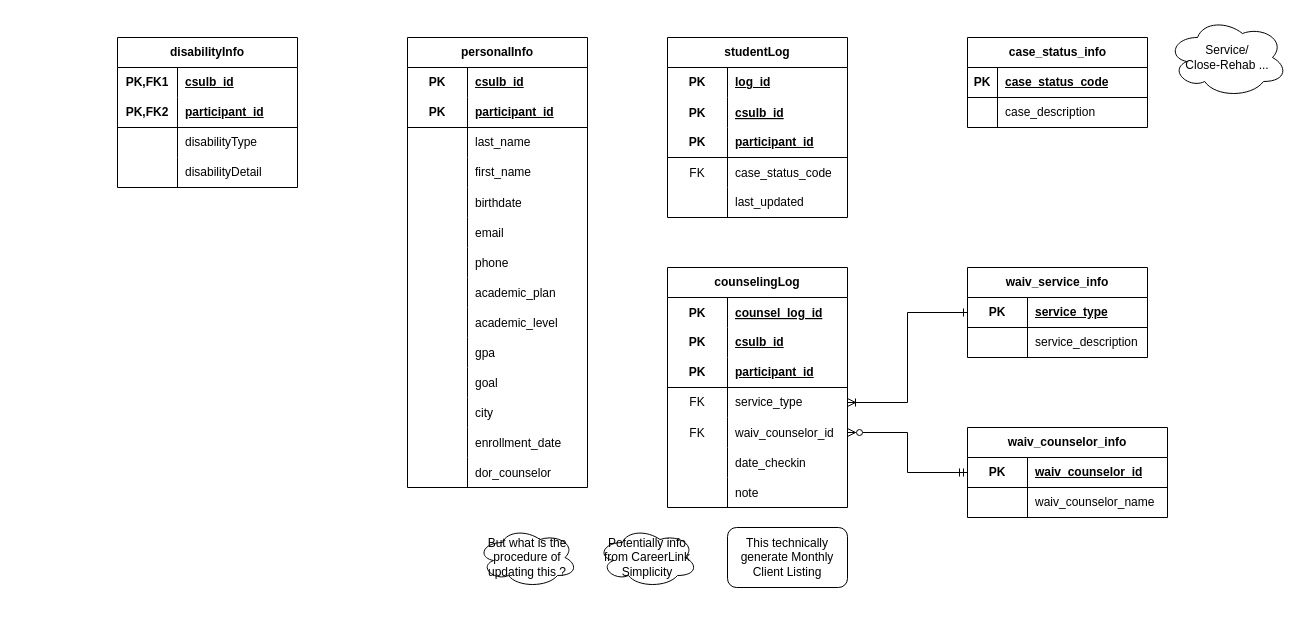
Before: waivSchema.drawio in markqle/waiv, a draw.io diagram. Source tidied: cells renumbered, new cells numbered last; positions are measured from the earlier drawing's top-left corner, leaving out a move shared by most shapes. Both pictures are drawn from the tidied source at 100%, with x=0, y=0 at pixel (117, 17).
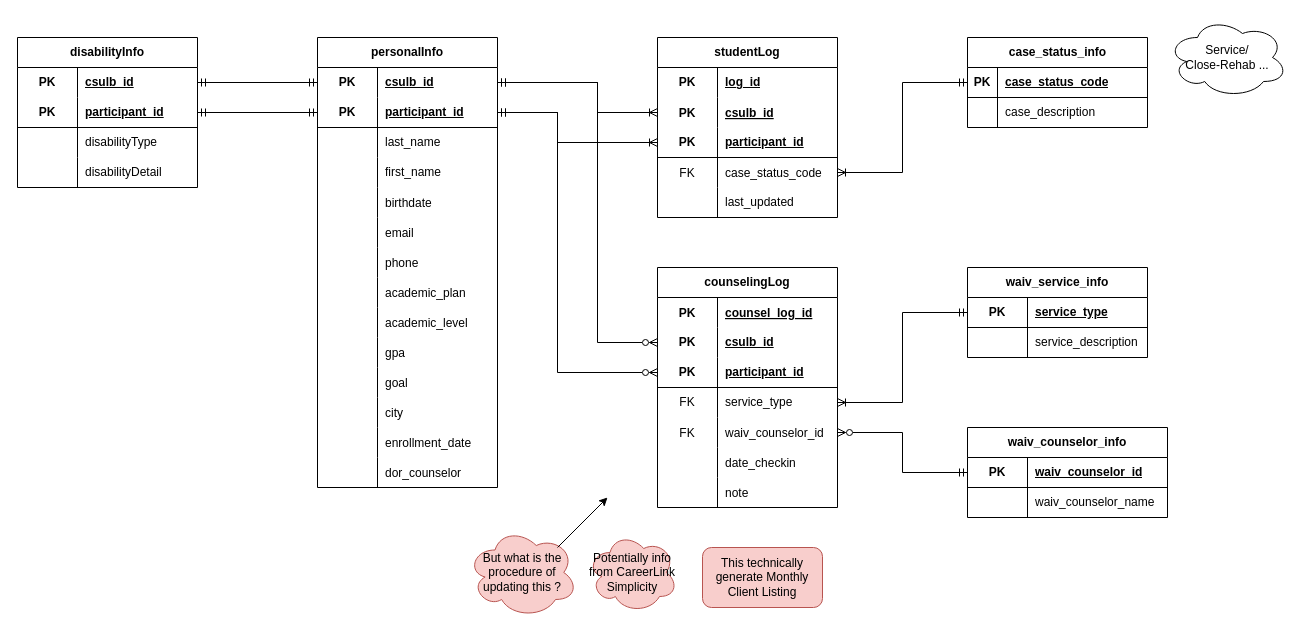
The same page after the edit.

Unchanged cells that the change refers to:
```xml
<mxCell id="3" style="shape=tableRow;horizontal=0;startSize=0;swimlaneHead=0;swimlaneBody=0;fillColor=none;points=[[0,0.5],[1,0.5]];portConstraint=eastwest;top=0;left=0;right=0;bottom=0;html=1;" parent="2" vertex="1">
  <mxGeometry y="30" width="180" height="30" as="geometry" />
</mxCell>
<mxCell id="6" style="shape=tableRow;horizontal=0;startSize=0;swimlaneHead=0;swimlaneBody=0;fillColor=none;points=[[0,0.5],[1,0.5]];portConstraint=eastwest;top=0;left=0;right=0;bottom=1;html=1;" parent="2" vertex="1">
  <mxGeometry y="60" width="180" height="30" as="geometry" />
</mxCell>
<mxCell id="46" style="shape=tableRow;horizontal=0;startSize=0;swimlaneHead=0;swimlaneBody=0;fillColor=none;points=[[0,0.5],[1,0.5]];portConstraint=eastwest;top=0;left=0;right=0;bottom=1;" parent="45" vertex="1">
  <mxGeometry y="30" width="180" height="30" as="geometry" />
</mxCell>
<mxCell id="53" style="shape=tableRow;horizontal=0;startSize=0;swimlaneHead=0;swimlaneBody=0;fillColor=none;points=[[0,0.5],[1,0.5]];portConstraint=eastwest;top=0;left=0;right=0;bottom=0;html=1;" parent="52" vertex="1">
  <mxGeometry y="30" width="180" height="30" as="geometry" />
</mxCell>
<mxCell id="56" style="shape=tableRow;horizontal=0;startSize=0;swimlaneHead=0;swimlaneBody=0;fillColor=none;points=[[0,0.5],[1,0.5]];portConstraint=eastwest;top=0;left=0;right=0;bottom=1;html=1;" parent="52" vertex="1">
  <mxGeometry y="60" width="180" height="30" as="geometry" />
</mxCell>
<mxCell id="69" style="shape=tableRow;horizontal=0;startSize=0;swimlaneHead=0;swimlaneBody=0;fillColor=none;points=[[0,0.5],[1,0.5]];portConstraint=eastwest;top=0;left=0;right=0;bottom=0;" parent="65" vertex="1">
  <mxGeometry y="60" width="180" height="30" as="geometry" />
</mxCell>
<mxCell id="72" style="shape=tableRow;horizontal=0;startSize=0;swimlaneHead=0;swimlaneBody=0;fillColor=none;points=[[0,0.5],[1,0.5]];portConstraint=eastwest;top=0;left=0;right=0;bottom=1;html=1;" parent="65" vertex="1">
  <mxGeometry y="90" width="180" height="30" as="geometry" />
</mxCell>
<mxCell id="75" style="shape=tableRow;horizontal=0;startSize=0;swimlaneHead=0;swimlaneBody=0;fillColor=none;points=[[0,0.5],[1,0.5]];portConstraint=eastwest;top=0;left=0;right=0;bottom=0;" parent="65" vertex="1">
  <mxGeometry y="120" width="180" height="30" as="geometry" />
</mxCell>
<mxCell id="85" style="shape=tableRow;horizontal=0;startSize=0;swimlaneHead=0;swimlaneBody=0;fillColor=none;points=[[0,0.5],[1,0.5]];portConstraint=eastwest;top=0;left=0;right=0;bottom=0;html=1;" parent="81" vertex="1">
  <mxGeometry y="60" width="180" height="30" as="geometry" />
</mxCell>
<mxCell id="88" style="shape=tableRow;horizontal=0;startSize=0;swimlaneHead=0;swimlaneBody=0;fillColor=none;points=[[0,0.5],[1,0.5]];portConstraint=eastwest;top=0;left=0;right=0;bottom=1;html=1;" parent="81" vertex="1">
  <mxGeometry y="90" width="180" height="30" as="geometry" />
</mxCell>
<mxCell id="91" style="shape=tableRow;horizontal=0;startSize=0;swimlaneHead=0;swimlaneBody=0;fillColor=none;points=[[0,0.5],[1,0.5]];portConstraint=eastwest;top=0;left=0;right=0;bottom=0;html=1;" parent="81" vertex="1">
  <mxGeometry y="120" width="180" height="30" as="geometry" />
</mxCell>
<mxCell id="104" style="shape=tableRow;horizontal=0;startSize=0;swimlaneHead=0;swimlaneBody=0;fillColor=none;points=[[0,0.5],[1,0.5]];portConstraint=eastwest;top=0;left=0;right=0;bottom=1;html=1;" parent="103" vertex="1">
  <mxGeometry y="30" width="180" height="30" as="geometry" />
</mxCell>
```

What changed in the source:
```diff
@@
     <mxCell id="2" value="personalInfo" style="shape=table;startSize=30;childLayout=tableLayout;rowLines=0;fontStyle=1;align=center;html=1;whiteSpace=wrap;" parent="1" vertex="1">
-      <mxGeometry x="290" y="20" width="180" height="450" as="geometry" />
+      <mxGeometry x="200" y="20" width="180" height="450" as="geometry" />
     </mxCell>
@@
     <mxCell id="52" value="disabilityInfo" style="shape=table;startSize=30;childLayout=tableLayout;rowLines=0;fontStyle=1;align=center;html=1;whiteSpace=wrap;" parent="1" vertex="1">
-      <mxGeometry y="20" width="180" height="150" as="geometry" />
+      <mxGeometry x="-100" y="20" width="180" height="150" as="geometry" />
     </mxCell>
@@
-    <mxCell id="54" value="PK,FK1" style="shape=partialRectangle;fillColor=none;top=0;left=0;bottom=0;right=0;fontStyle=1;overflow=hidden;html=1;whiteSpace=wrap;" parent="53" vertex="1">
+    <mxCell id="54" value="PK" style="shape=partialRectangle;fillColor=none;top=0;left=0;bottom=0;right=0;fontStyle=1;overflow=hidden;html=1;whiteSpace=wrap;" parent="53" vertex="1">
       <mxGeometry width="60" height="30" as="geometry" />
     </mxCell>
@@
-    <mxCell id="57" value="PK,FK2" style="shape=partialRectangle;fillColor=none;top=0;left=0;bottom=0;right=0;fontStyle=1;overflow=hidden;html=1;whiteSpace=wrap;" parent="56" vertex="1">
+    <mxCell id="57" value="PK" style="shape=partialRectangle;fillColor=none;top=0;left=0;bottom=0;right=0;fontStyle=1;overflow=hidden;html=1;whiteSpace=wrap;" parent="56" vertex="1">
       <mxGeometry width="60" height="30" as="geometry" />
     </mxCell>
@@
     <mxCell id="65" value="studentLog" style="shape=table;startSize=30;childLayout=tableLayout;rowLines=0;fontStyle=1;align=center;html=1;whiteSpace=wrap;" parent="1" vertex="1">
-      <mxGeometry x="550" y="20" width="180" height="180" as="geometry" />
+      <mxGeometry x="540" y="20" width="180" height="180" as="geometry" />
     </mxCell>
@@
     <mxCell id="81" value="counselingLog" style="shape=table;startSize=30;childLayout=tableLayout;rowLines=0;fontStyle=1;align=center;html=1;whiteSpace=wrap;" parent="1" vertex="1">
-      <mxGeometry x="550" y="250" width="180" height="240" as="geometry" />
+      <mxGeometry x="540" y="250" width="180" height="240" as="geometry" />
     </mxCell>
@@
-    <mxCell id="110" style="edgeStyle=orthogonalEdgeStyle;rounded=0;jettySize=auto;html=1;exitX=1;exitY=0.5;exitDx=0;exitDy=0;entryX=0;entryY=0.5;entryDx=0;entryDy=0;endArrow=ERone;endFill=0;startArrow=ERoneToMany;startFill=0;" parent="1" edge="1" source="91" target="104">
+    <mxCell id="110" style="edgeStyle=orthogonalEdgeStyle;rounded=0;jettySize=auto;html=1;exitX=1;exitY=0.5;exitDx=0;exitDy=0;entryX=0;entryY=0.5;entryDx=0;entryDy=0;endArrow=ERmandOne;endFill=0;startArrow=ERoneToMany;startFill=0;" parent="1" edge="1" source="91" target="104">
       <mxGeometry relative="1" as="geometry" />
     </mxCell>
@@
-    <mxCell id="120" value="Potentially info from CareerLink Simplicity" style="ellipse;shape=cloud;whiteSpace=wrap;html=1;align=center;" parent="1" vertex="1">
-      <mxGeometry x="480" y="510" width="100" height="60" as="geometry" />
+    <mxCell id="120" value="Potentially info from CareerLink Simplicity" style="ellipse;shape=cloud;whiteSpace=wrap;html=1;align=center;fillColor=#f8cecc;strokeColor=#b85450;" parent="1" vertex="1">
+      <mxGeometry x="470" y="515" width="90" height="80" as="geometry" />
     </mxCell>
-    <mxCell id="121" value="This technically generate Monthly Client Listing" style="rounded=1;whiteSpace=wrap;html=1;" parent="1" vertex="1">
-      <mxGeometry x="610" y="510" width="120" height="60" as="geometry" />
+    <mxCell id="121" value="This technically generate Monthly Client Listing" style="rounded=1;whiteSpace=wrap;html=1;fillColor=#f8cecc;strokeColor=#b85450;" parent="1" vertex="1">
+      <mxGeometry x="585" y="530" width="120" height="60" as="geometry" />
     </mxCell>
-    <mxCell id="122" value="But what is the procedure of updating this ?" style="ellipse;shape=cloud;whiteSpace=wrap;html=1;align=center;" parent="1" vertex="1">
-      <mxGeometry x="360" y="510" width="100" height="60" as="geometry" />
+    <mxCell id="122" value="But what is the procedure of updating this ?" style="ellipse;shape=cloud;whiteSpace=wrap;html=1;align=center;fillColor=#f8cecc;strokeColor=#b85450;" parent="1" vertex="1">
+      <mxGeometry x="350" y="510" width="110" height="90" as="geometry" />
     </mxCell>
+    <mxCell id="123" style="edgeStyle=orthogonalEdgeStyle;rounded=0;jettySize=auto;html=1;exitX=0;exitY=0.5;exitDx=0;exitDy=0;endArrow=ERoneToMany;endFill=0;startArrow=ERmandOne;startFill=0;" parent="1" edge="1" source="46" target="75">
+      <mxGeometry relative="1" as="geometry" />
+    </mxCell>
+    <mxCell id="124" style="edgeStyle=orthogonalEdgeStyle;rounded=0;jettySize=auto;html=1;exitX=1;exitY=0.5;exitDx=0;exitDy=0;entryX=0;entryY=0.5;entryDx=0;entryDy=0;endArrow=ERmandOne;endFill=0;startArrow=ERmandOne;startFill=0;" parent="1" edge="1" source="53" target="3">
+      <mxGeometry relative="1" as="geometry" />
+    </mxCell>
+    <mxCell id="125" style="edgeStyle=orthogonalEdgeStyle;rounded=0;jettySize=auto;html=1;exitX=1;exitY=0.5;exitDx=0;exitDy=0;entryX=0;entryY=0.5;entryDx=0;entryDy=0;endArrow=ERmandOne;endFill=0;startArrow=ERmandOne;startFill=0;" parent="1" edge="1" source="56" target="6">
+      <mxGeometry relative="1" as="geometry" />
+    </mxCell>
+    <mxCell id="126" style="edgeStyle=orthogonalEdgeStyle;rounded=0;jettySize=auto;html=1;exitX=1;exitY=0.5;exitDx=0;exitDy=0;endArrow=ERzeroToMany;endFill=0;startArrow=ERmandOne;startFill=0;" parent="1" edge="1" source="6" target="88">
+      <mxGeometry relative="1" as="geometry">
+        <Array as="points">
+          <mxPoint x="440" y="95" />
+          <mxPoint x="440" y="355" />
+        </Array>
+      </mxGeometry>
+    </mxCell>
+    <mxCell id="127" style="edgeStyle=orthogonalEdgeStyle;rounded=0;jettySize=auto;html=1;exitX=1;exitY=0.5;exitDx=0;exitDy=0;endArrow=ERzeroToMany;endFill=0;startArrow=ERmandOne;startFill=0;" parent="1" edge="1" source="3" target="85">
+      <mxGeometry relative="1" as="geometry">
+        <Array as="points">
+          <mxPoint x="480" y="65" />
+          <mxPoint x="480" y="325" />
+        </Array>
+      </mxGeometry>
+    </mxCell>
+    <mxCell id="128" style="edgeStyle=orthogonalEdgeStyle;rounded=0;jettySize=auto;html=1;exitX=1;exitY=0.5;exitDx=0;exitDy=0;entryX=0;entryY=0.5;entryDx=0;entryDy=0;endArrow=ERoneToMany;endFill=0;startArrow=ERmandOne;startFill=0;" parent="1" edge="1" source="3" target="69">
+      <mxGeometry relative="1" as="geometry">
+        <Array as="points">
+          <mxPoint x="480" y="65" />
+          <mxPoint x="480" y="95" />
+        </Array>
+      </mxGeometry>
+    </mxCell>
+    <mxCell id="129" style="edgeStyle=orthogonalEdgeStyle;rounded=0;jettySize=auto;html=1;startArrow=ERmandOne;startFill=0;endArrow=ERoneToMany;endFill=0;exitX=1;exitY=0.5;exitDx=0;exitDy=0;" parent="1" edge="1" source="6" target="72">
+      <mxGeometry relative="1" as="geometry">
+        <Array as="points">
+          <mxPoint x="440" y="95" />
+          <mxPoint x="440" y="125" />
+        </Array>
+      </mxGeometry>
+    </mxCell>
+    <mxCell id="130" style="endArrow=classic;html=1;rounded=0;" parent="1" edge="1">
+      <mxGeometry relative="1" as="geometry">
+        <mxPoint x="440" y="530" as="sourcePoint" />
+        <mxPoint x="490" y="480" as="targetPoint" />
+      </mxGeometry>
+    </mxCell>
```
